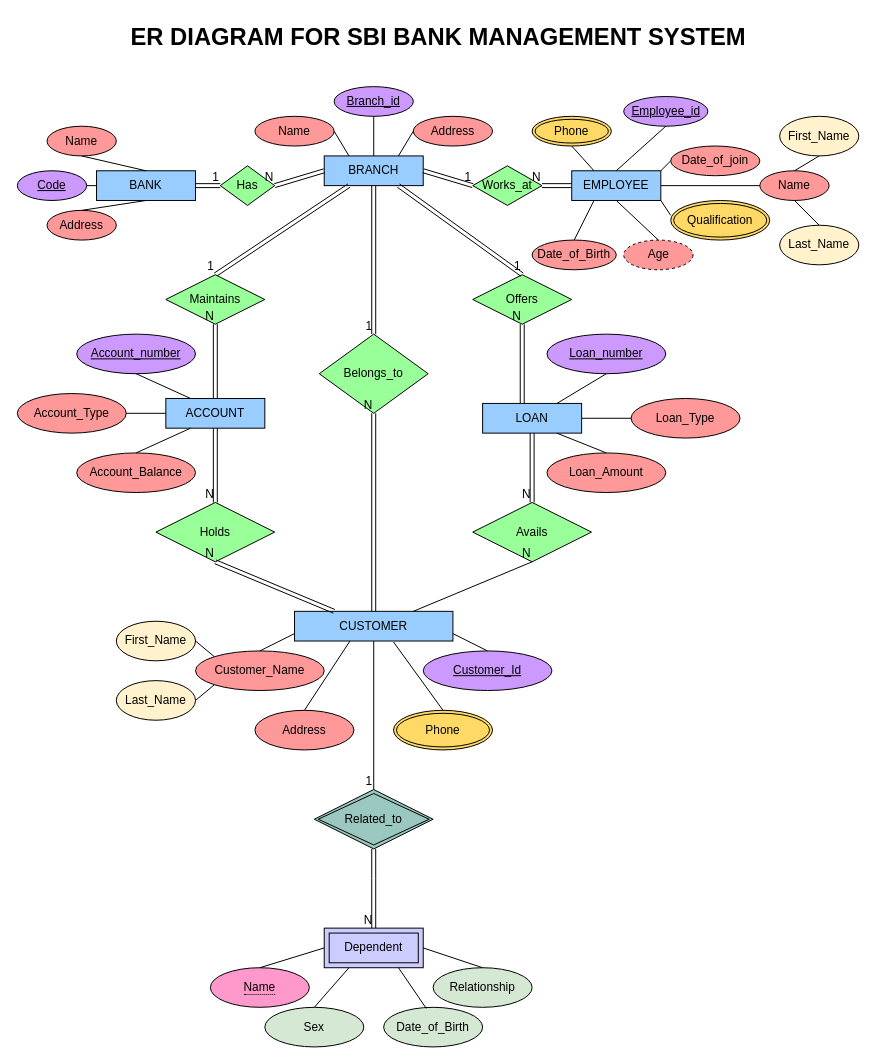
Above: page "Page-1" (1 of 2) of Relational_model_from_ER_Diagram.drawio in Anurag404OpenSourceRules/Bank-Management-System-ERD (draw.io), before the change. Source tidied: cells renumbered, new cells numbered last; positions are measured from the earlier drawing's top-left corner, leaving out a move shared by most shapes. Both pictures are drawn from the tidied source at 99%, with x=0, y=0 at pixel (17, 17).
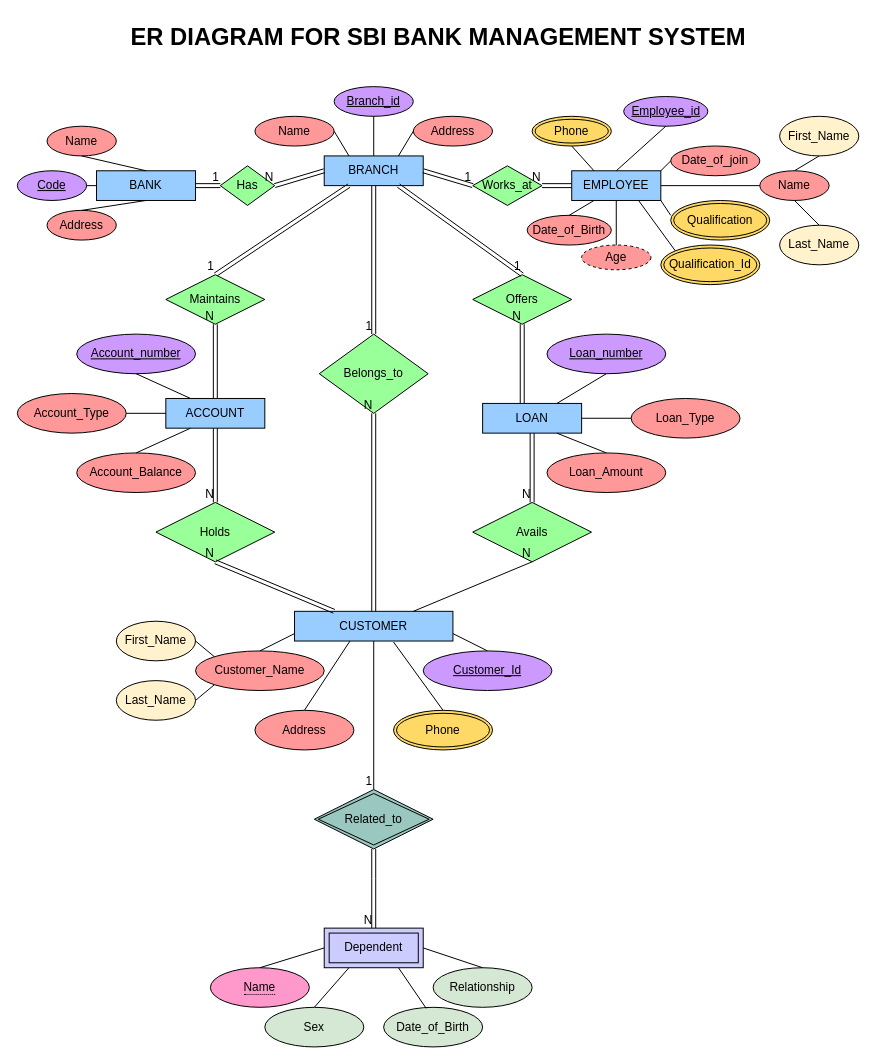
After the change.

Commit message:
Qualification_id added in the Employee Entity.

The change refers to these unchanged cells:
```xml
<mxCell id="11" value="EMPLOYEE" style="rounded=0;whiteSpace=wrap;html=1;fillColor=#99CCFF;" parent="1" vertex="1">
  <mxGeometry x="560" y="155" width="90" height="30" as="geometry" />
</mxCell>
```

What changed in the source:
```diff
@@
     <mxCell id="13" value="Age" style="ellipse;whiteSpace=wrap;html=1;fillColor=#FF9999;dashed=1;" parent="1" vertex="1">
-      <mxGeometry x="612.5" y="225" width="70" height="30" as="geometry" />
+      <mxGeometry x="570" y="230" width="70" height="25" as="geometry" />
     </mxCell>
@@
     <mxCell id="110" value="Date_of_Birth" style="ellipse;whiteSpace=wrap;html=1;align=center;fillColor=#FF9999;" parent="1" vertex="1">
-      <mxGeometry x="520" y="225" width="85" height="30" as="geometry" />
+      <mxGeometry x="515" y="200" width="85" height="30" as="geometry" />
     </mxCell>
@@
+    <mxCell id="112" value="Qualification_Id" style="ellipse;shape=doubleEllipse;margin=3;whiteSpace=wrap;html=1;align=center;fillColor=#FFD966;" parent="1" vertex="1">
+      <mxGeometry x="650" y="230" width="100" height="40" as="geometry" />
+    </mxCell>
+    <mxCell id="113" style="endArrow=none;html=1;rounded=0;exitX=0;exitY=0;exitDx=0;exitDy=0;entryX=0.75;entryY=1;entryDx=0;entryDy=0;" parent="1" edge="1" source="112" target="11">
+      <mxGeometry relative="1" as="geometry" />
+    </mxCell>
```
